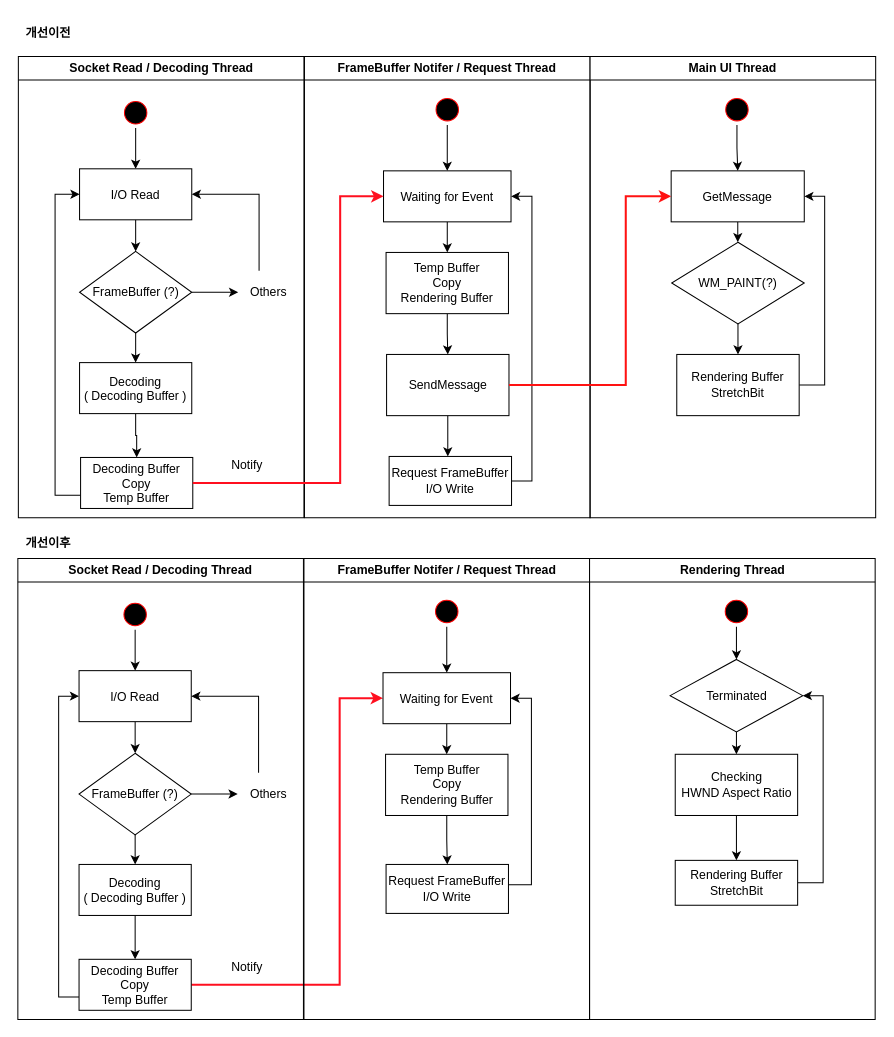
This is UML/mirero/Sw-RCS_Rendering.drawio from rhkdguskim/Study, a draw.io file, before an edit. Source tidied: cells renumbered, new cells numbered last; positions are measured from the earlier drawing's top-left corner, leaving out a move shared by most shapes. Both pictures are drawn from the tidied source at 102%, with x=0, y=0 at pixel (17, 17).
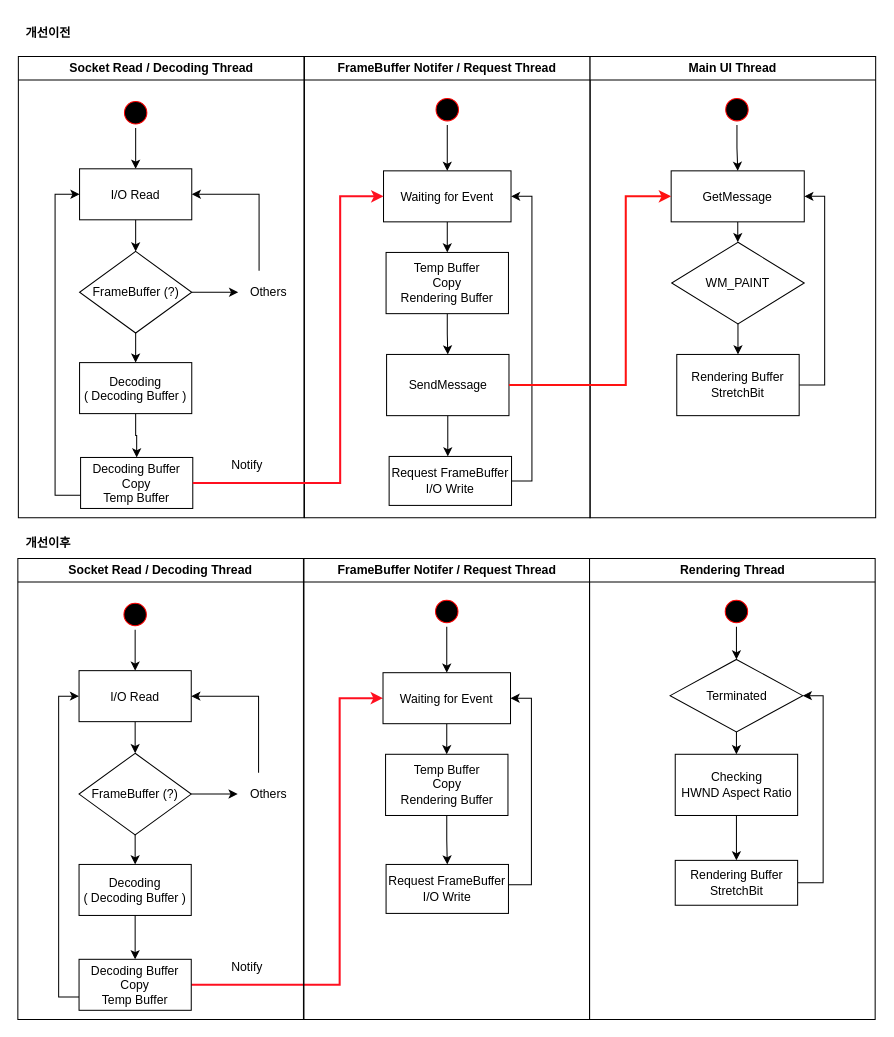
The same diagram, later.

Unchanged cells that the change refers to:
```xml
<mxCell id="28" value="Main UI Thread" style="swimlane;whiteSpace=wrap;" parent="1" vertex="1">
  <mxGeometry x="561" y="38" width="280" height="452" as="geometry" />
</mxCell>
```

Change to the diagram source:
```diff
@@
-    <mxCell id="34" value="WM_PAINT(?)" style="rhombus;whiteSpace=wrap;html=1;" parent="28" vertex="1">
+    <mxCell id="34" value="WM_PAINT" style="rhombus;whiteSpace=wrap;html=1;" parent="28" vertex="1">
       <mxGeometry x="80" y="182" width="130" height="80" as="geometry" />
     </mxCell>
```
